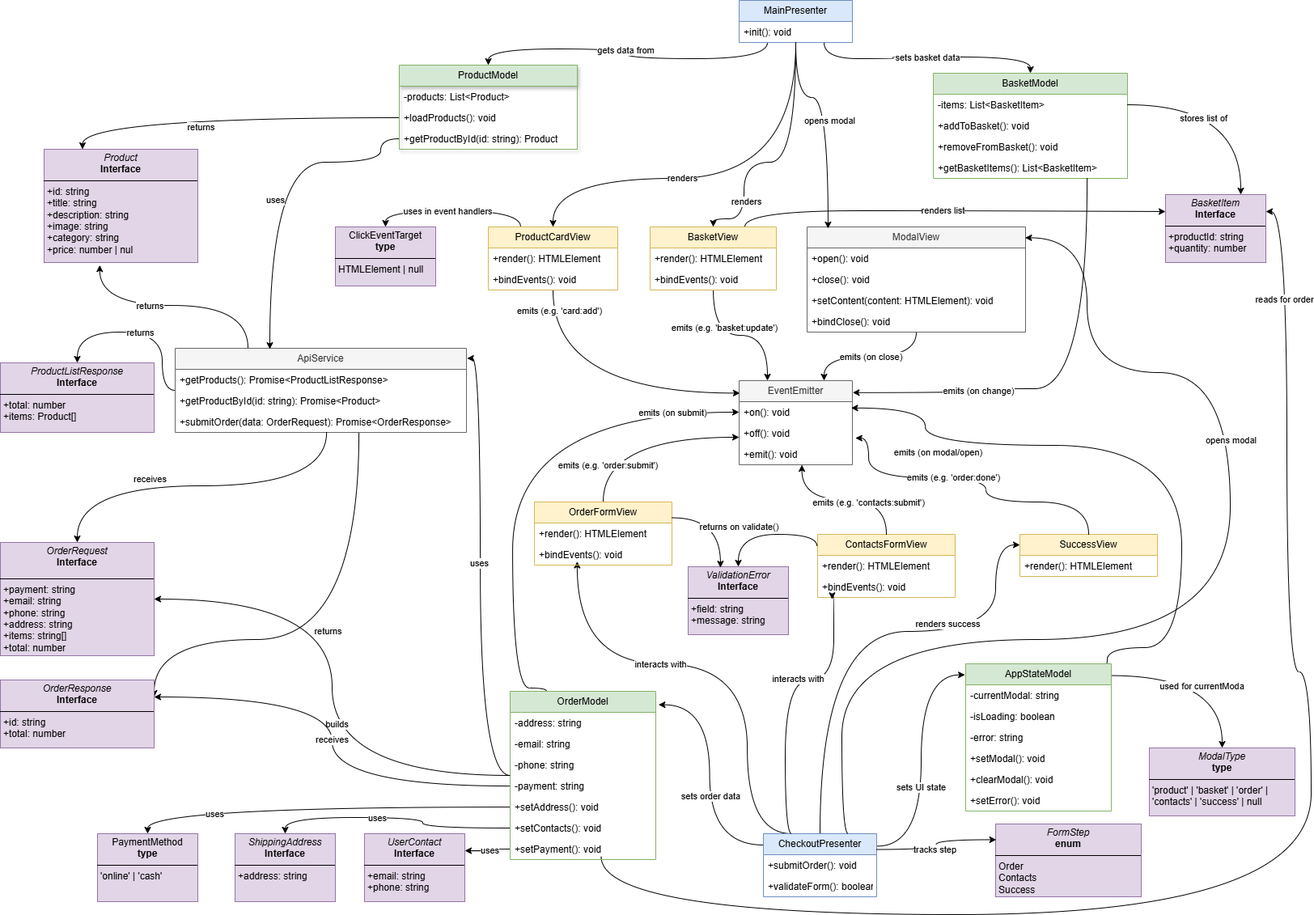
JuliaKonopelcheva/web-larek-frontend keeps this draw.io diagram as docs/uml.png. Above is the earlier version. Source tidied: cells renumbered, new cells last; positions are measured from the earlier drawing's top-left corner, leaving out a move shared by most shapes.
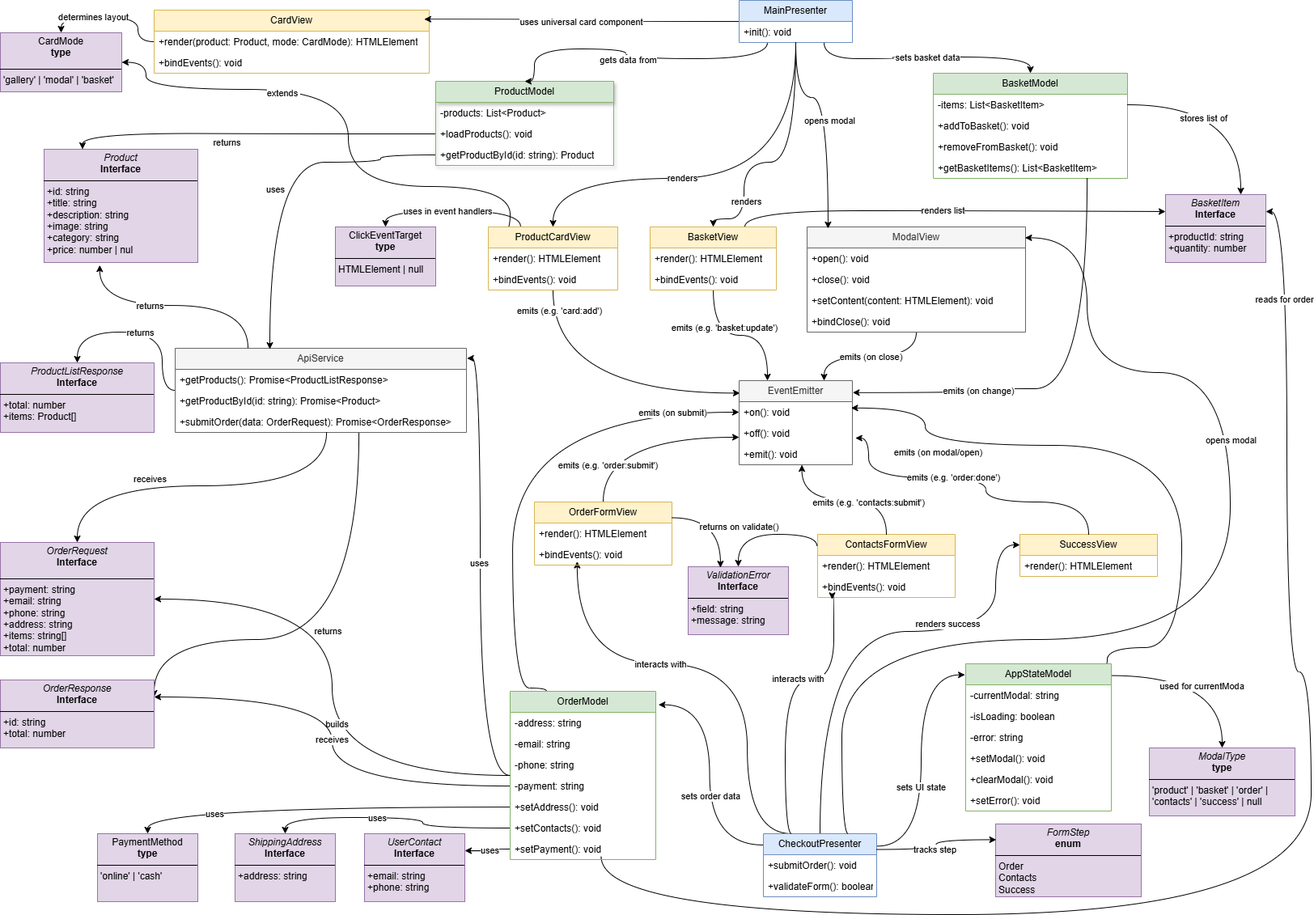
Above is the later version.

Commit message:
Architecture and type documentation has been completed

Diff of the diagram source:
```diff
@@ -3,7 +3,7 @@
     <mxCell id="0" />
     <mxCell id="1" parent="0" />
     <mxCell id="2" value="&lt;span style=&quot;font-family: sans-serif; text-align: start; text-wrap-mode: nowrap;&quot;&gt;&lt;font style=&quot;&quot;&gt;ProductModel&lt;/font&gt;&lt;/span&gt;" style="swimlane;fontStyle=0;horizontal=1;startSize=26;fillColor=#d5e8d4;whiteSpace=wrap;html=1;shadow=1;strokeColor=#82b366;" parent="1" vertex="1">
-      <mxGeometry x="493" y="80" width="220" height="104" as="geometry" />
+      <mxGeometry x="538" y="100" width="220" height="104" as="geometry" />
     </mxCell>
     <mxCell id="3" value="&lt;span style=&quot;font-family: sans-serif; text-wrap-mode: nowrap;&quot;&gt;&lt;font style=&quot;&quot;&gt;-products: List&amp;lt;Product&amp;gt;&lt;/font&gt;&lt;/span&gt;" style="text;strokeColor=none;fillColor=none;align=left;verticalAlign=top;spacingLeft=4;spacingRight=4;overflow=hidden;whiteSpace=wrap;html=1;" parent="2" vertex="1">
       <mxGeometry y="26" width="220" height="26" as="geometry" />
@@ -35,7 +35,8 @@
           <mxPoint x="948" y="72" />
           <mxPoint x="773" y="72" />
           <mxPoint x="773" y="60" />
-          <mxPoint x="603" y="60" />
+          <mxPoint x="660" y="60" />
+          <mxPoint x="660" y="100" />
         </Array>
       </mxGeometry>
     </mxCell>
@@ -92,6 +93,23 @@
     <mxCell id="24" value="&lt;span style=&quot;font-family: sans-serif; text-align: start;&quot;&gt;&lt;font&gt;uses in event handlers&lt;/font&gt;&lt;/span&gt;" style="edgeLabel;html=1;align=center;verticalAlign=middle;" parent="23" vertex="1">
       <mxGeometry x="0.07" relative="1" as="geometry" />
     </mxCell>
+    <mxCell id="151" style="edgeStyle=orthogonalEdgeStyle;curved=1;rounded=0;jettySize=auto;html=1;exitX=0;exitY=0.25;exitDx=0;exitDy=0;entryX=1;entryY=0.5;entryDx=0;entryDy=0;" parent="1" edge="1" source="25" target="158">
+      <mxGeometry relative="1" as="geometry">
+        <Array as="points">
+          <mxPoint x="630" y="300" />
+          <mxPoint x="630" y="230" />
+          <mxPoint x="430" y="230" />
+          <mxPoint x="430" y="110" />
+          <mxPoint x="180" y="110" />
+          <mxPoint x="180" y="77" />
+        </Array>
+      </mxGeometry>
+    </mxCell>
+    <mxCell id="152" value="extends&amp;nbsp;" style="edgeLabel;html=1;align=center;verticalAlign=middle;" parent="151" vertex="1">
+      <mxGeometry x="0.37" y="4" relative="1" as="geometry">
+        <mxPoint x="1" as="offset" />
+      </mxGeometry>
+    </mxCell>
     <mxCell id="25" value="&lt;span style=&quot;font-family: sans-serif; text-align: start; text-wrap-mode: nowrap;&quot;&gt;&lt;font style=&quot;&quot;&gt;ProductCardView&lt;/font&gt;&lt;/span&gt;" style="swimlane;fontStyle=0;horizontal=1;startSize=26;fillColor=#fff2cc;whiteSpace=wrap;html=1;strokeColor=#d6b656;" parent="1" vertex="1">
       <mxGeometry x="603" y="280" width="160" height="78" as="geometry" />
     </mxCell>
@@ -457,7 +475,7 @@
     <mxCell id="117" style="edgeStyle=orthogonalEdgeStyle;curved=1;rounded=0;jettySize=auto;html=1;entryX=0.325;entryY=0.01;entryDx=0;entryDy=0;entryPerimeter=0;exitX=0;exitY=0.5;exitDx=0;exitDy=0;" parent="1" edge="1" source="5" target="110">
       <mxGeometry relative="1" as="geometry">
         <Array as="points">
-          <mxPoint x="470" y="171" />
+          <mxPoint x="470" y="191" />
           <mxPoint x="470" y="200" />
           <mxPoint x="333" y="200" />
         </Array>
@@ -578,5 +596,31 @@
     <mxCell id="150" value="stores list of" style="edgeLabel;html=1;align=center;verticalAlign=middle;" parent="149" vertex="1">
       <mxGeometry x="-0.26" y="-16" relative="1" as="geometry" />
     </mxCell>
+    <mxCell id="153" value="&lt;span style=&quot;font-family: sans-serif; text-align: start; text-wrap-mode: nowrap;&quot;&gt;&lt;font style=&quot;&quot;&gt;CardView&lt;/font&gt;&lt;/span&gt;" style="swimlane;fontStyle=0;horizontal=1;startSize=26;fillColor=#fff2cc;whiteSpace=wrap;html=1;strokeColor=#d6b656;" parent="1" vertex="1">
+      <mxGeometry x="190" y="12" width="340" height="78" as="geometry" />
+    </mxCell>
+    <mxCell id="154" value="&lt;span style=&quot;font-family: sans-serif; text-wrap-mode: nowrap;&quot;&gt;&lt;font&gt;+render(product: Product, mode: CardMode): HTMLElement&lt;/font&gt;&lt;/span&gt;" style="text;strokeColor=none;fillColor=none;align=left;verticalAlign=top;spacingLeft=4;spacingRight=4;overflow=hidden;points=[[0,0.5],[1,0.5]];portConstraint=eastwest;whiteSpace=wrap;html=1;" parent="153" vertex="1">
+      <mxGeometry y="26" width="340" height="26" as="geometry" />
+    </mxCell>
+    <mxCell id="155" value="&lt;span style=&quot;font-family: sans-serif; text-wrap-mode: nowrap;&quot;&gt;&lt;font style=&quot;&quot;&gt;+bindEvents(): void&lt;/font&gt;&lt;/span&gt;" style="text;strokeColor=none;fillColor=none;align=left;verticalAlign=top;spacingLeft=4;spacingRight=4;overflow=hidden;whiteSpace=wrap;html=1;" parent="153" vertex="1">
+      <mxGeometry y="52" width="340" height="26" as="geometry" />
+    </mxCell>
+    <mxCell id="156" style="edgeStyle=orthogonalEdgeStyle;curved=1;rounded=0;jettySize=auto;html=1;entryX=0.982;entryY=0.144;entryDx=0;entryDy=0;entryPerimeter=0;" parent="1" edge="1" source="19" target="153">
+      <mxGeometry relative="1" as="geometry" />
+    </mxCell>
+    <mxCell id="157" value="&lt;span style=&quot;font-family: sans-serif; text-align: start;&quot;&gt;&lt;font&gt;uses universal card component&lt;/font&gt;&lt;/span&gt;" style="edgeLabel;html=1;align=center;verticalAlign=middle;" parent="156" vertex="1">
+      <mxGeometry x="0.02" y="3" relative="1" as="geometry">
+        <mxPoint x="1" as="offset" />
+      </mxGeometry>
+    </mxCell>
+    <mxCell id="158" value="&lt;p style=&quot;margin: 4px 0px 0px;&quot;&gt;&lt;/p&gt;&lt;div style=&quot;text-align: center;&quot;&gt;&lt;span style=&quot;background-color: transparent; text-wrap-mode: nowrap;&quot;&gt;&lt;font face=&quot;sans-serif&quot;&gt;CardMode&lt;/font&gt;&lt;/span&gt;&lt;/div&gt;&lt;span style=&quot;font-family: sans-serif; text-wrap-mode: nowrap;&quot;&gt;&lt;div style=&quot;text-align: center;&quot;&gt;&lt;b style=&quot;background-color: transparent; color: light-dark(rgb(0, 0, 0), rgb(255, 255, 255));&quot;&gt;type&lt;/b&gt;&lt;/div&gt;&lt;/span&gt;&lt;p&gt;&lt;/p&gt;&lt;hr size=&quot;1&quot; style=&quot;border-style:solid;&quot;&gt;&lt;p style=&quot;margin:0px;margin-left:4px;&quot;&gt;'gallery' | 'modal' | 'basket'&lt;/p&gt;" style="verticalAlign=top;align=left;overflow=fill;html=1;whiteSpace=wrap;fillColor=#e1d5e7;strokeColor=#9673a6;" parent="1" vertex="1">
+      <mxGeometry y="40" width="150" height="73" as="geometry" />
+    </mxCell>
+    <mxCell id="159" style="edgeStyle=orthogonalEdgeStyle;curved=1;rounded=0;jettySize=auto;html=1;exitX=0;exitY=0.5;exitDx=0;exitDy=0;entryX=0.5;entryY=0;entryDx=0;entryDy=0;" parent="1" edge="1" source="154" target="158">
+      <mxGeometry relative="1" as="geometry" />
+    </mxCell>
+    <mxCell id="160" value="determines layout" style="edgeLabel;html=1;align=center;verticalAlign=middle;" parent="159" vertex="1">
+      <mxGeometry x="0.3" relative="1" as="geometry" />
+    </mxCell>
   </root>
 </mxGraphModel>
```
